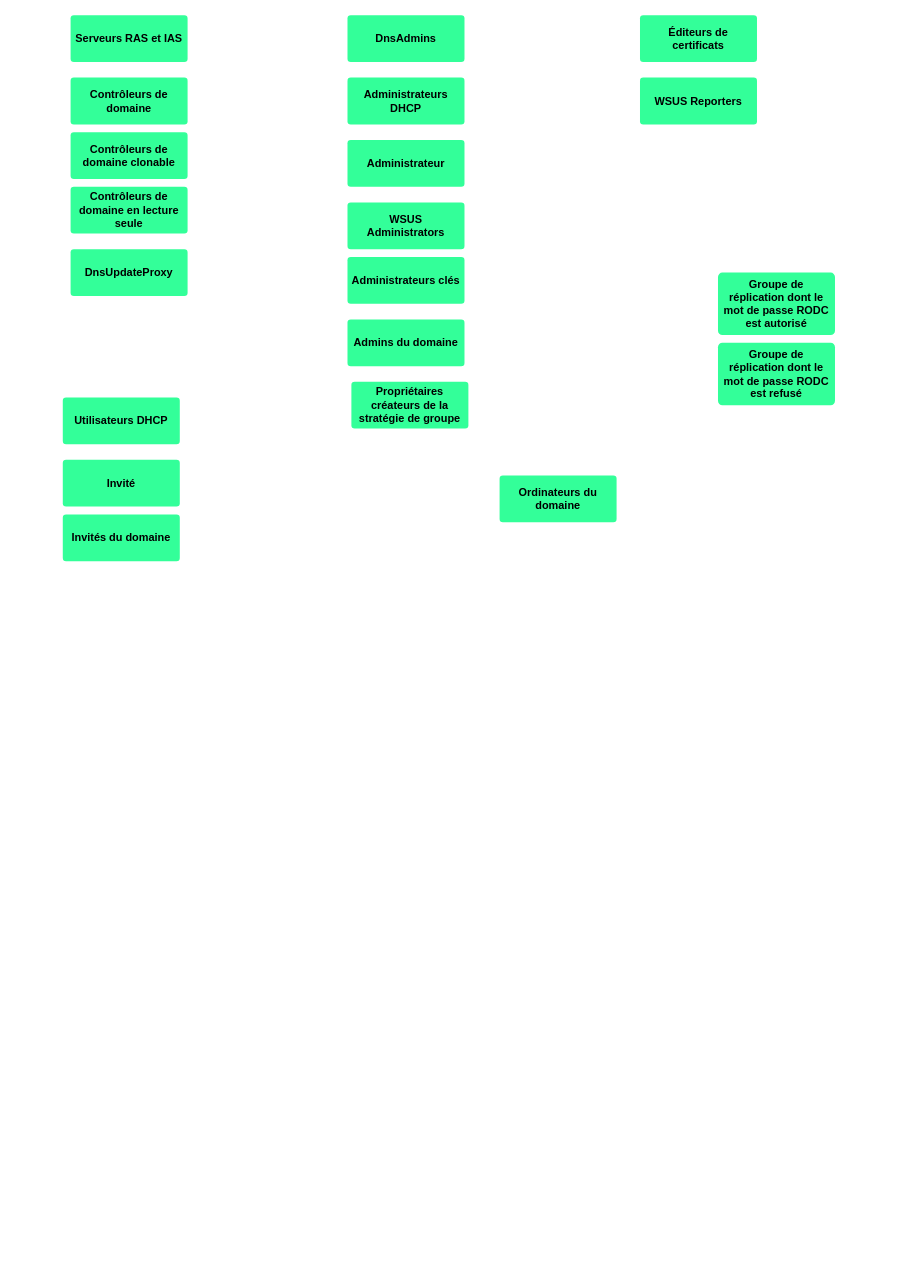
CharifMah/AbstergoAnimus keeps this draw.io diagram as Diagramme sans nom.drawio. Above is the earlier version. Source tidied: cells renumbered, new cells numbered last; positions are measured from the earlier drawing's top-left corner, leaving out a move shared by most shapes. Both pictures are drawn from the tidied source at 78%, with x=0, y=0 at pixel (62, 15).
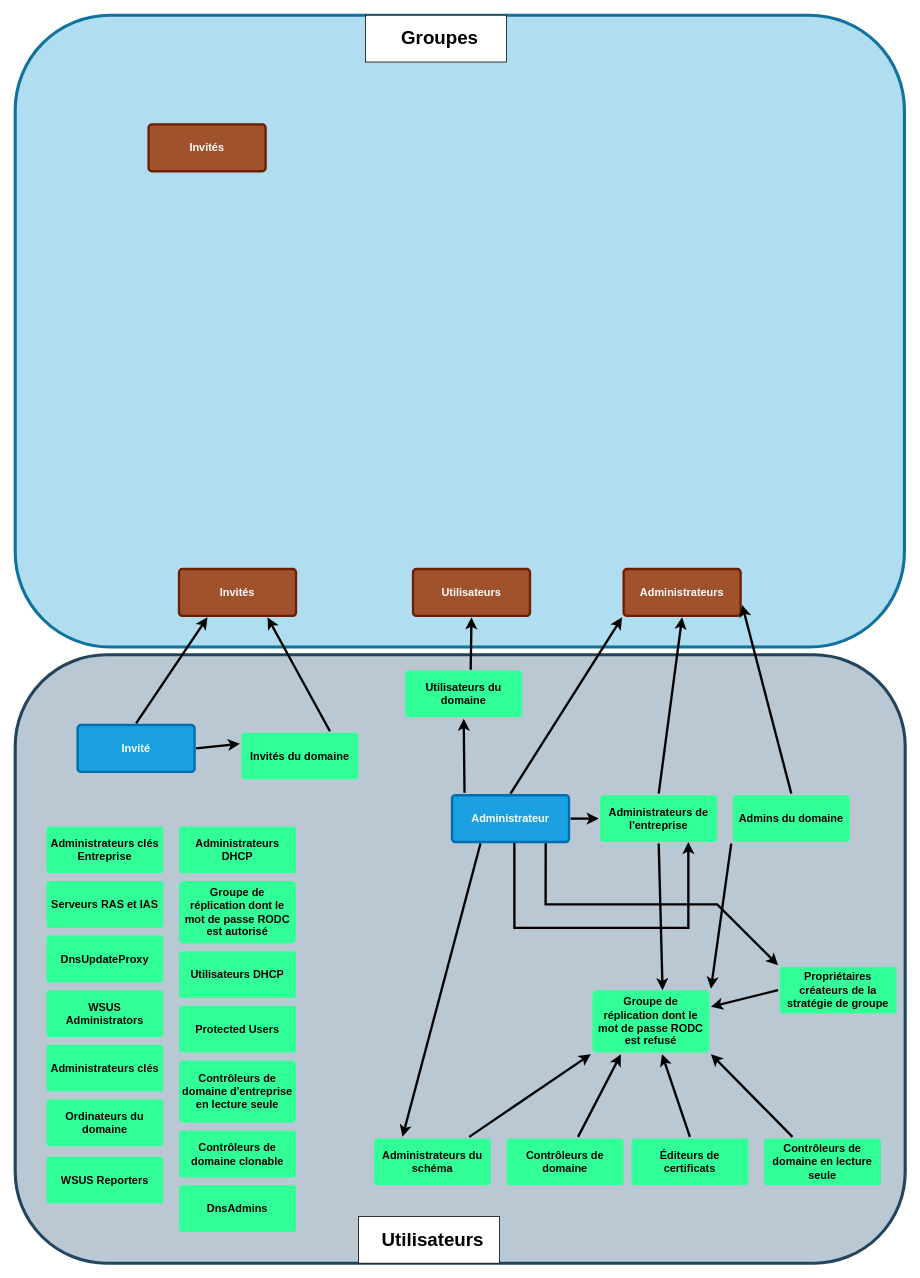
After the change.

Commit message (it also covers changes not shown here):
Mettre à jour Diagramme sans nom.drawio

The edit, as a diff of the source:
```diff
@@
+    <mxCell id="22" style="rounded=1;whiteSpace=wrap;html=1;fillColor=#b1ddf0;strokeColor=#10739e;strokeWidth=4;" parent="1" vertex="1">
+      <mxGeometry x="-61" width="1140" height="810" as="geometry" />
+    </mxCell>
+    <mxCell id="23" style="rounded=1;whiteSpace=wrap;html=1;fillColor=#bac8d3;strokeColor=#23445d;shadow=0;glass=0;strokeWidth=4;" parent="1" vertex="1">
+      <mxGeometry x="-61" y="820" width="1141" height="780" as="geometry" />
+    </mxCell>
-    <mxCell id="2" value="Administrateur" style="rounded=1;whiteSpace=wrap;html=1;shadow=0;labelBackgroundColor=none;strokeColor=none;strokeWidth=3;fillColor=#33FF99;fontFamily=Helvetica;fontSize=14;fontColor=#000000;align=center;spacing=5;fontStyle=1;arcSize=7;perimeterSpacing=2;" parent="1" vertex="1">
-      <mxGeometry x="365" y="160" width="150" height="60" as="geometry" />
+    <mxCell id="2" value="Administrateur" style="rounded=1;whiteSpace=wrap;html=1;shadow=0;labelBackgroundColor=none;strokeColor=#006EAF;strokeWidth=3;fillColor=#1ba1e2;fontFamily=Helvetica;fontSize=14;fontColor=#ffffff;align=center;spacing=5;fontStyle=1;arcSize=7;perimeterSpacing=2;" parent="1" vertex="1">
+      <mxGeometry x="499" y="1000" width="150" height="60" as="geometry" />
     </mxCell>
-    <mxCell id="3" value="Invité" style="rounded=1;whiteSpace=wrap;html=1;shadow=0;labelBackgroundColor=none;strokeColor=none;strokeWidth=3;fillColor=#33FF99;fontFamily=Helvetica;fontSize=14;fontColor=#000000;align=center;spacing=5;fontStyle=1;arcSize=7;perimeterSpacing=2;" parent="1" vertex="1">
-      <mxGeometry y="570" width="150" height="60" as="geometry" />
+    <mxCell id="3" value="Invité" style="rounded=1;whiteSpace=wrap;html=1;shadow=0;labelBackgroundColor=none;strokeColor=#006EAF;strokeWidth=3;fillColor=#1ba1e2;fontFamily=Helvetica;fontSize=14;fontColor=#ffffff;align=center;spacing=5;fontStyle=1;arcSize=7;perimeterSpacing=2;" parent="1" vertex="1">
+      <mxGeometry x="19" y="910" width="150" height="60" as="geometry" />
     </mxCell>
     <mxCell id="4" value="Administrateurs DHCP" style="rounded=1;whiteSpace=wrap;html=1;shadow=0;labelBackgroundColor=none;strokeColor=none;strokeWidth=3;fillColor=#33FF99;fontFamily=Helvetica;fontSize=14;fontColor=#000000;align=center;spacing=5;fontStyle=1;arcSize=7;perimeterSpacing=2;" parent="1" vertex="1">
-      <mxGeometry x="365" y="80" width="150" height="60" as="geometry" />
+      <mxGeometry x="149" y="1040" width="150" height="60" as="geometry" />
     </mxCell>
     <mxCell id="5" value="DnsAdmins" style="rounded=1;whiteSpace=wrap;html=1;shadow=0;labelBackgroundColor=none;strokeColor=none;strokeWidth=3;fillColor=#33FF99;fontFamily=Helvetica;fontSize=14;fontColor=#000000;align=center;spacing=5;fontStyle=1;arcSize=7;perimeterSpacing=2;" parent="1" vertex="1">
-      <mxGeometry x="365" width="150" height="60" as="geometry" />
+      <mxGeometry x="149" y="1500" width="150" height="60" as="geometry" />
     </mxCell>
     <mxCell id="6" value="Éditeurs de certificats" style="rounded=1;whiteSpace=wrap;html=1;shadow=0;labelBackgroundColor=none;strokeColor=none;strokeWidth=3;fillColor=#33FF99;fontFamily=Helvetica;fontSize=14;fontColor=#000000;align=center;spacing=5;fontStyle=1;arcSize=7;perimeterSpacing=2;" parent="1" vertex="1">
-      <mxGeometry x="740" width="150" height="60" as="geometry" />
+      <mxGeometry x="729" y="1440" width="150" height="60" as="geometry" />
     </mxCell>
     <mxCell id="7" value="Groupe de réplication dont le mot de passe RODC est autorisé" style="rounded=1;whiteSpace=wrap;html=1;shadow=0;labelBackgroundColor=none;strokeColor=none;strokeWidth=3;fillColor=#33FF99;fontFamily=Helvetica;fontSize=14;fontColor=#000000;align=center;spacing=5;fontStyle=1;arcSize=7;perimeterSpacing=2;verticalAlign=middle;" parent="1" vertex="1">
-      <mxGeometry x="840" y="330" width="150" height="80" as="geometry" />
+      <mxGeometry x="149" y="1110" width="150" height="80" as="geometry" />
     </mxCell>
-    <mxCell id="8" value="Groupe de réplication dont le mot de passe RODC est refusé" style="rounded=1;whiteSpace=wrap;html=1;shadow=0;labelBackgroundColor=none;strokeColor=none;strokeWidth=3;fillColor=#33FF99;fontFamily=Helvetica;fontSize=14;fontColor=#000000;align=center;spacing=5;fontStyle=1;arcSize=7;perimeterSpacing=2;verticalAlign=middle;" parent="1" vertex="1">
-      <mxGeometry x="840" y="420" width="150" height="80" as="geometry" />
-    </mxCell>
     <mxCell id="9" value="Serveurs RAS et IAS" style="rounded=1;whiteSpace=wrap;html=1;shadow=0;labelBackgroundColor=none;strokeColor=none;strokeWidth=3;fillColor=#33FF99;fontFamily=Helvetica;fontSize=14;fontColor=#000000;align=center;spacing=5;fontStyle=1;arcSize=7;perimeterSpacing=2;" parent="1" vertex="1">
-      <mxGeometry x="10" width="150" height="60" as="geometry" />
+      <mxGeometry x="-21" y="1110" width="150" height="60" as="geometry" />
     </mxCell>
     <mxCell id="10" value="Utilisateurs DHCP" style="rounded=1;whiteSpace=wrap;html=1;shadow=0;labelBackgroundColor=none;strokeColor=none;strokeWidth=3;fillColor=#33FF99;fontFamily=Helvetica;fontSize=14;fontColor=#000000;align=center;spacing=5;fontStyle=1;arcSize=7;perimeterSpacing=2;" parent="1" vertex="1">
-      <mxGeometry y="490" width="150" height="60" as="geometry" />
+      <mxGeometry x="149" y="1200" width="150" height="60" as="geometry" />
     </mxCell>
     <mxCell id="11" value="WSUS Administrators" style="rounded=1;whiteSpace=wrap;html=1;shadow=0;labelBackgroundColor=none;strokeColor=none;strokeWidth=3;fillColor=#33FF99;fontFamily=Helvetica;fontSize=14;fontColor=#000000;align=center;spacing=5;fontStyle=1;arcSize=7;perimeterSpacing=2;" parent="1" vertex="1">
-      <mxGeometry x="365" y="240" width="150" height="60" as="geometry" />
+      <mxGeometry x="-21" y="1250" width="150" height="60" as="geometry" />
     </mxCell>
     <mxCell id="12" value="WSUS Reporters" style="rounded=1;whiteSpace=wrap;html=1;shadow=0;labelBackgroundColor=none;strokeColor=none;strokeWidth=3;fillColor=#33FF99;fontFamily=Helvetica;fontSize=14;fontColor=#000000;align=center;spacing=5;fontStyle=1;arcSize=7;perimeterSpacing=2;" parent="1" vertex="1">
-      <mxGeometry x="740" y="80" width="150" height="60" as="geometry" />
+      <mxGeometry x="-21" y="1463.5" width="150" height="60" as="geometry" />
     </mxCell>
     <mxCell id="13" value="Administrateurs clés" style="rounded=1;whiteSpace=wrap;html=1;shadow=0;labelBackgroundColor=none;strokeColor=none;strokeWidth=3;fillColor=#33FF99;fontFamily=Helvetica;fontSize=14;fontColor=#000000;align=center;spacing=5;fontStyle=1;arcSize=7;perimeterSpacing=2;" parent="1" vertex="1">
-      <mxGeometry x="365" y="310" width="150" height="60" as="geometry" />
+      <mxGeometry x="-21" y="1320" width="150" height="60" as="geometry" />
     </mxCell>
     <mxCell id="14" value="Admins du domaine" style="rounded=1;whiteSpace=wrap;html=1;shadow=0;labelBackgroundColor=none;strokeColor=none;strokeWidth=3;fillColor=#33FF99;fontFamily=Helvetica;fontSize=14;fontColor=#000000;align=center;spacing=5;fontStyle=1;arcSize=7;perimeterSpacing=2;" parent="1" vertex="1">
-      <mxGeometry x="365" y="390" width="150" height="60" as="geometry" />
+      <mxGeometry x="859" y="1000" width="150" height="60" as="geometry" />
     </mxCell>
+    <mxCell id="18" value="DnsUpdateProxy" style="rounded=1;whiteSpace=wrap;html=1;shadow=0;labelBackgroundColor=none;strokeColor=none;strokeWidth=3;fillColor=#33FF99;fontFamily=Helvetica;fontSize=14;fontColor=#000000;align=center;spacing=5;fontStyle=1;arcSize=7;perimeterSpacing=2;" parent="1" vertex="1">
+      <mxGeometry x="-21" y="1180" width="150" height="60" as="geometry" />
+    </mxCell>
+    <mxCell id="20" value="Ordinateurs du domaine" style="rounded=1;whiteSpace=wrap;html=1;shadow=0;labelBackgroundColor=none;strokeColor=none;strokeWidth=3;fillColor=#33FF99;fontFamily=Helvetica;fontSize=14;fontColor=#000000;align=center;spacing=5;fontStyle=1;arcSize=7;perimeterSpacing=2;" parent="1" vertex="1">
+      <mxGeometry x="-21" y="1390" width="150" height="60" as="geometry" />
+    </mxCell>
+    <mxCell id="24" value="Protected Users" style="rounded=1;whiteSpace=wrap;html=1;shadow=0;labelBackgroundColor=none;strokeColor=none;strokeWidth=3;fillColor=#33FF99;fontFamily=Helvetica;fontSize=14;fontColor=#000000;align=center;spacing=5;fontStyle=1;arcSize=7;perimeterSpacing=2;" parent="1" vertex="1">
+      <mxGeometry x="149" y="1270" width="150" height="60" as="geometry" />
+    </mxCell>
+    <mxCell id="25" value="Utilisateurs du domaine" style="rounded=1;whiteSpace=wrap;html=1;shadow=0;labelBackgroundColor=none;strokeColor=none;strokeWidth=3;fillColor=#33FF99;fontFamily=Helvetica;fontSize=14;fontColor=#000000;align=center;spacing=5;fontStyle=1;arcSize=7;perimeterSpacing=2;" parent="1" vertex="1">
+      <mxGeometry x="439" y="840" width="150" height="60" as="geometry" />
+    </mxCell>
+    <mxCell id="26" value="Administrateurs clés Entreprise" style="rounded=1;whiteSpace=wrap;html=1;shadow=0;labelBackgroundColor=none;strokeColor=none;strokeWidth=3;fillColor=#33FF99;fontFamily=Helvetica;fontSize=14;fontColor=#000000;align=center;spacing=5;fontStyle=1;arcSize=7;perimeterSpacing=2;" parent="1" vertex="1">
+      <mxGeometry x="-21" y="1040" width="150" height="60" as="geometry" />
+    </mxCell>
+    <mxCell id="27" value="Administrateurs de l'entreprise" style="rounded=1;whiteSpace=wrap;html=1;shadow=0;labelBackgroundColor=none;strokeColor=none;strokeWidth=3;fillColor=#33FF99;fontFamily=Helvetica;fontSize=14;fontColor=#000000;align=center;spacing=5;fontStyle=1;arcSize=7;perimeterSpacing=2;" parent="1" vertex="1">
+      <mxGeometry x="689" y="1000" width="150" height="60" as="geometry" />
+    </mxCell>
+    <mxCell id="28" value="Administrateurs du schéma" style="rounded=1;whiteSpace=wrap;html=1;shadow=0;labelBackgroundColor=none;strokeColor=none;strokeWidth=3;fillColor=#33FF99;fontFamily=Helvetica;fontSize=14;fontColor=#000000;align=center;spacing=5;fontStyle=1;arcSize=7;perimeterSpacing=2;" parent="1" vertex="1">
+      <mxGeometry x="399" y="1440" width="150" height="60" as="geometry" />
+    </mxCell>
+    <mxCell id="29" value="Contrôleurs de domaine d'entreprise en lecture seule" style="rounded=1;whiteSpace=wrap;html=1;shadow=0;labelBackgroundColor=none;strokeColor=none;strokeWidth=3;fillColor=#33FF99;fontFamily=Helvetica;fontSize=14;fontColor=#000000;align=center;spacing=5;fontStyle=1;arcSize=7;perimeterSpacing=2;" parent="1" vertex="1">
+      <mxGeometry x="149" y="1340" width="150" height="80" as="geometry" />
+    </mxCell>
     <mxCell id="15" value="Contrôleurs de domaine" style="rounded=1;whiteSpace=wrap;html=1;shadow=0;labelBackgroundColor=none;strokeColor=none;strokeWidth=3;fillColor=#33FF99;fontFamily=Helvetica;fontSize=14;fontColor=#000000;align=center;spacing=5;fontStyle=1;arcSize=7;perimeterSpacing=2;" parent="1" vertex="1">
-      <mxGeometry x="10" y="80" width="150" height="60" as="geometry" />
+      <mxGeometry x="569" y="1440" width="150" height="60" as="geometry" />
     </mxCell>
     <mxCell id="16" value="Contrôleurs de domaine clonable" style="rounded=1;whiteSpace=wrap;html=1;shadow=0;labelBackgroundColor=none;strokeColor=none;strokeWidth=3;fillColor=#33FF99;fontFamily=Helvetica;fontSize=14;fontColor=#000000;align=center;spacing=5;fontStyle=1;arcSize=7;perimeterSpacing=2;" parent="1" vertex="1">
-      <mxGeometry x="10" y="150" width="150" height="60" as="geometry" />
+      <mxGeometry x="149" y="1430" width="150" height="60" as="geometry" />
     </mxCell>
+    <mxCell id="30" style="endArrow=classic;html=1;rounded=0;exitX=0.5;exitY=0;exitDx=0;exitDy=0;fontSize=18;strokeWidth=3;" parent="1" edge="1" source="6" target="8">
+      <mxGeometry relative="1" as="geometry" />
+    </mxCell>
+    <mxCell id="31" value="Utilisateurs" style="rounded=1;whiteSpace=wrap;html=1;shadow=0;labelBackgroundColor=none;strokeColor=#6D1F00;strokeWidth=3;fillColor=#a0522d;fontFamily=Helvetica;fontSize=14;align=center;spacing=5;fontStyle=1;arcSize=7;perimeterSpacing=2;fontColor=#ffffff;" parent="1" vertex="1">
+      <mxGeometry x="449" y="710" width="150" height="60" as="geometry" />
+    </mxCell>
+    <mxCell id="32" style="endArrow=classic;html=1;rounded=0;fontSize=18;strokeWidth=3;entryX=0.5;entryY=1;entryDx=0;entryDy=0;exitX=0.558;exitY=0.017;exitDx=0;exitDy=0;exitPerimeter=0;" parent="1" edge="1" source="25" target="31">
+      <mxGeometry relative="1" as="geometry" />
+    </mxCell>
+    <mxCell id="33" style="endArrow=classic;html=1;rounded=0;exitX=0.25;exitY=0;exitDx=0;exitDy=0;fontSize=18;strokeWidth=3;entryX=1;entryY=1;entryDx=0;entryDy=0;" parent="1" edge="1" source="17" target="8">
+      <mxGeometry relative="1" as="geometry" />
+    </mxCell>
+    <mxCell id="34" style="endArrow=classic;html=1;rounded=0;fontSize=18;strokeWidth=3;entryX=0.25;entryY=1;entryDx=0;entryDy=0;" parent="1" edge="1" source="15" target="8">
+      <mxGeometry relative="1" as="geometry" />
+    </mxCell>
+    <mxCell id="35" value="Administrateurs" style="rounded=1;whiteSpace=wrap;html=1;shadow=0;labelBackgroundColor=none;strokeColor=#6D1F00;strokeWidth=3;fillColor=#a0522d;fontFamily=Helvetica;fontSize=14;align=center;spacing=5;fontStyle=1;arcSize=7;perimeterSpacing=2;fontColor=#ffffff;" parent="1" vertex="1">
+      <mxGeometry x="719" y="710" width="150" height="60" as="geometry" />
+    </mxCell>
+    <mxCell id="36" style="endArrow=classic;html=1;rounded=0;exitX=0.5;exitY=0;exitDx=0;exitDy=0;fontSize=18;strokeWidth=3;entryX=1;entryY=0.75;entryDx=0;entryDy=0;" parent="1" edge="1" source="14" target="35">
+      <mxGeometry relative="1" as="geometry" />
+    </mxCell>
+    <mxCell id="37" style="endArrow=classic;html=1;rounded=0;exitX=0;exitY=1;exitDx=0;exitDy=0;fontSize=18;strokeWidth=3;entryX=1;entryY=0;entryDx=0;entryDy=0;" parent="1" edge="1" source="14" target="8">
+      <mxGeometry relative="1" as="geometry" />
+    </mxCell>
+    <mxCell id="38" style="endArrow=classic;html=1;rounded=0;fontSize=18;strokeWidth=3;entryX=0;entryY=1;entryDx=0;entryDy=0;" parent="1" edge="1" source="28" target="8">
+      <mxGeometry relative="1" as="geometry" />
+    </mxCell>
+    <mxCell id="39" style="endArrow=classic;html=1;rounded=0;fontSize=18;strokeWidth=3;exitX=0.5;exitY=0;exitDx=0;exitDy=0;entryX=0.5;entryY=1;entryDx=0;entryDy=0;" parent="1" edge="1" source="27" target="35">
+      <mxGeometry relative="1" as="geometry" />
+    </mxCell>
+    <mxCell id="40" style="endArrow=classic;html=1;rounded=0;exitX=0.5;exitY=1;exitDx=0;exitDy=0;fontSize=18;strokeWidth=3;entryX=0.597;entryY=0.024;entryDx=0;entryDy=0;entryPerimeter=0;" parent="1" edge="1" source="27" target="8">
+      <mxGeometry relative="1" as="geometry" />
+    </mxCell>
+    <mxCell id="41" style="endArrow=classic;html=1;rounded=0;exitX=0.5;exitY=0;exitDx=0;exitDy=0;fontSize=18;strokeWidth=3;entryX=0.25;entryY=1;entryDx=0;entryDy=0;" parent="1" edge="1" source="3" target="42">
+      <mxGeometry relative="1" as="geometry" />
+    </mxCell>
+    <mxCell id="19" value="Invités du domaine" style="rounded=1;whiteSpace=wrap;html=1;shadow=0;labelBackgroundColor=none;strokeColor=none;strokeWidth=3;fillColor=#33FF99;fontFamily=Helvetica;fontSize=14;fontColor=#000000;align=center;spacing=5;fontStyle=1;arcSize=7;perimeterSpacing=2;" parent="1" vertex="1">
+      <mxGeometry x="229" y="920" width="150" height="60" as="geometry" />
+    </mxCell>
+    <mxCell id="42" value="Invités" style="rounded=1;whiteSpace=wrap;html=1;shadow=0;labelBackgroundColor=none;strokeColor=#6D1F00;strokeWidth=3;fillColor=#a0522d;fontFamily=Helvetica;fontSize=14;align=center;spacing=5;fontStyle=1;arcSize=7;perimeterSpacing=2;fontColor=#ffffff;" parent="1" vertex="1">
+      <mxGeometry x="149" y="710" width="150" height="60" as="geometry" />
+    </mxCell>
+    <mxCell id="43" style="endArrow=classic;html=1;rounded=0;exitX=0.75;exitY=0;exitDx=0;exitDy=0;fontSize=18;strokeWidth=3;entryX=0.75;entryY=1;entryDx=0;entryDy=0;" parent="1" edge="1" source="19" target="42">
+      <mxGeometry relative="1" as="geometry" />
+    </mxCell>
+    <mxCell id="44" style="endArrow=classic;html=1;rounded=0;exitX=1;exitY=0.5;exitDx=0;exitDy=0;fontSize=18;strokeWidth=3;entryX=0;entryY=0.25;entryDx=0;entryDy=0;" parent="1" edge="1" source="3" target="19">
+      <mxGeometry relative="1" as="geometry" />
+    </mxCell>
+    <mxCell id="45" style="endArrow=classic;html=1;rounded=0;fontSize=18;strokeWidth=3;entryX=0;entryY=1;entryDx=0;entryDy=0;exitX=0.5;exitY=0;exitDx=0;exitDy=0;" parent="1" edge="1" source="2" target="35">
+      <mxGeometry relative="1" as="geometry" />
+    </mxCell>
+    <mxCell id="46" style="endArrow=classic;html=1;rounded=0;fontSize=18;strokeWidth=3;exitX=0;exitY=0.5;exitDx=0;exitDy=0;" parent="1" edge="1" source="21" target="8">
+      <mxGeometry relative="1" as="geometry" />
+    </mxCell>
+    <mxCell id="8" value="Groupe de réplication dont le mot de passe RODC est refusé" style="rounded=1;whiteSpace=wrap;html=1;shadow=0;labelBackgroundColor=none;strokeColor=none;strokeWidth=3;fillColor=#33FF99;fontFamily=Helvetica;fontSize=14;fontColor=#000000;align=center;spacing=5;fontStyle=1;arcSize=7;perimeterSpacing=2;verticalAlign=middle;" parent="1" vertex="1">
+      <mxGeometry x="679" y="1250" width="150" height="80" as="geometry" />
+    </mxCell>
+    <mxCell id="47" style="endArrow=classic;html=1;rounded=0;fontSize=18;strokeWidth=3;entryX=0;entryY=0.5;entryDx=0;entryDy=0;exitX=1;exitY=0.5;exitDx=0;exitDy=0;" parent="1" edge="1" source="2" target="27">
+      <mxGeometry relative="1" as="geometry" />
+    </mxCell>
+    <mxCell id="48" style="endArrow=classic;html=1;rounded=0;fontSize=18;strokeWidth=3;entryX=0.25;entryY=0;entryDx=0;entryDy=0;exitX=0.25;exitY=1;exitDx=0;exitDy=0;" parent="1" edge="1" source="2" target="28">
+      <mxGeometry relative="1" as="geometry" />
+    </mxCell>
+    <mxCell id="49" style="endArrow=classic;html=1;rounded=0;fontSize=18;strokeWidth=3;entryX=0;entryY=0;entryDx=0;entryDy=0;exitX=0.793;exitY=0.996;exitDx=0;exitDy=0;exitPerimeter=0;" parent="1" edge="1" source="2" target="21">
+      <mxGeometry relative="1" as="geometry">
+        <Array as="points">
+          <mxPoint x="619" y="1140" />
+          <mxPoint x="839" y="1140" />
+        </Array>
+      </mxGeometry>
+    </mxCell>
+    <mxCell id="21" value="Propriétaires créateurs de la stratégie de groupe" style="rounded=1;whiteSpace=wrap;html=1;shadow=0;labelBackgroundColor=none;strokeColor=none;strokeWidth=3;fillColor=#33FF99;fontFamily=Helvetica;fontSize=14;fontColor=#000000;align=center;spacing=5;fontStyle=1;arcSize=7;perimeterSpacing=2;" parent="1" vertex="1">
+      <mxGeometry x="919" y="1220" width="150" height="60" as="geometry" />
+    </mxCell>
     <mxCell id="17" value="Contrôleurs de domaine en lecture seule" style="rounded=1;whiteSpace=wrap;html=1;shadow=0;labelBackgroundColor=none;strokeColor=none;strokeWidth=3;fillColor=#33FF99;fontFamily=Helvetica;fontSize=14;fontColor=#000000;align=center;spacing=5;fontStyle=1;arcSize=7;perimeterSpacing=2;" parent="1" vertex="1">
-      <mxGeometry x="10" y="220" width="150" height="60" as="geometry" />
+      <mxGeometry x="899" y="1440" width="150" height="60" as="geometry" />
     </mxCell>
-    <mxCell id="18" value="DnsUpdateProxy" style="rounded=1;whiteSpace=wrap;html=1;shadow=0;labelBackgroundColor=none;strokeColor=none;strokeWidth=3;fillColor=#33FF99;fontFamily=Helvetica;fontSize=14;fontColor=#000000;align=center;spacing=5;fontStyle=1;arcSize=7;perimeterSpacing=2;" parent="1" vertex="1">
-      <mxGeometry x="10" y="300" width="150" height="60" as="geometry" />
-    </mxCell>
-    <mxCell id="19" value="Invités du domaine" style="rounded=1;whiteSpace=wrap;html=1;shadow=0;labelBackgroundColor=none;strokeColor=none;strokeWidth=3;fillColor=#33FF99;fontFamily=Helvetica;fontSize=14;fontColor=#000000;align=center;spacing=5;fontStyle=1;arcSize=7;perimeterSpacing=2;" parent="1" vertex="1">
-      <mxGeometry y="640" width="150" height="60" as="geometry" />
-    </mxCell>
-    <mxCell id="20" value="Ordinateurs du domaine" style="rounded=1;whiteSpace=wrap;html=1;shadow=0;labelBackgroundColor=none;strokeColor=none;strokeWidth=3;fillColor=#33FF99;fontFamily=Helvetica;fontSize=14;fontColor=#000000;align=center;spacing=5;fontStyle=1;arcSize=7;perimeterSpacing=2;" parent="1" vertex="1">
-      <mxGeometry x="560" y="590" width="150" height="60" as="geometry" />
-    </mxCell>
-    <mxCell id="21" value="Propriétaires créateurs de la stratégie de groupe" style="rounded=1;whiteSpace=wrap;html=1;shadow=0;labelBackgroundColor=none;strokeColor=none;strokeWidth=3;fillColor=#33FF99;fontFamily=Helvetica;fontSize=14;fontColor=#000000;align=center;spacing=5;fontStyle=1;arcSize=7;perimeterSpacing=2;" parent="1" vertex="1">
-      <mxGeometry x="370" y="470" width="150" height="60" as="geometry" />
-    </mxCell>
+    <mxCell id="50" style="endArrow=classic;html=1;rounded=0;fontSize=18;strokeWidth=3;entryX=0.443;entryY=0.998;entryDx=0;entryDy=0;exitX=0.532;exitY=0.99;exitDx=0;exitDy=0;entryPerimeter=0;exitPerimeter=0;" parent="1" edge="1" source="2">
+      <mxGeometry relative="1" as="geometry">
+        <mxPoint x="802" y="1060" as="targetPoint" />
+        <Array as="points">
+          <mxPoint x="579" y="1170" />
+          <mxPoint x="629" y="1170" />
+          <mxPoint x="802" y="1170" />
+        </Array>
+      </mxGeometry>
+    </mxCell>
+    <mxCell id="51" style="endArrow=classic;html=1;rounded=0;fontSize=18;strokeWidth=3;entryX=0.5;entryY=1;entryDx=0;entryDy=0;exitX=0.117;exitY=-0.016;exitDx=0;exitDy=0;exitPerimeter=0;" parent="1" edge="1" source="2" target="25">
+      <mxGeometry relative="1" as="geometry" />
+    </mxCell>
+    <mxCell id="52" style="rounded=0;whiteSpace=wrap;html=1;" parent="1" vertex="1">
+      <mxGeometry x="379" y="1540" width="181" height="60" as="geometry" />
+    </mxCell>
+    <mxCell id="53" value="Utilisateurs" style="text;strokeColor=none;fillColor=none;html=1;fontSize=24;fontStyle=1;verticalAlign=middle;align=center;" parent="1" vertex="1">
+      <mxGeometry x="424" y="1550" width="100" height="40" as="geometry" />
+    </mxCell>
+    <mxCell id="54" style="rounded=0;whiteSpace=wrap;html=1;" parent="1" vertex="1">
+      <mxGeometry x="388" width="181" height="60" as="geometry" />
+    </mxCell>
+    <mxCell id="55" value="Groupes" style="text;strokeColor=none;fillColor=none;html=1;fontSize=24;fontStyle=1;verticalAlign=middle;align=center;" parent="1" vertex="1">
+      <mxGeometry x="433" y="10" width="100" height="40" as="geometry" />
+    </mxCell>
+    <mxCell id="56" value="Invités" style="rounded=1;whiteSpace=wrap;html=1;shadow=0;labelBackgroundColor=none;strokeColor=#6D1F00;strokeWidth=3;fillColor=#a0522d;fontFamily=Helvetica;fontSize=14;align=center;spacing=5;fontStyle=1;arcSize=7;perimeterSpacing=2;fontColor=#ffffff;" parent="1" vertex="1">
+      <mxGeometry x="110" y="140" width="150" height="60" as="geometry" />
+    </mxCell>
```
